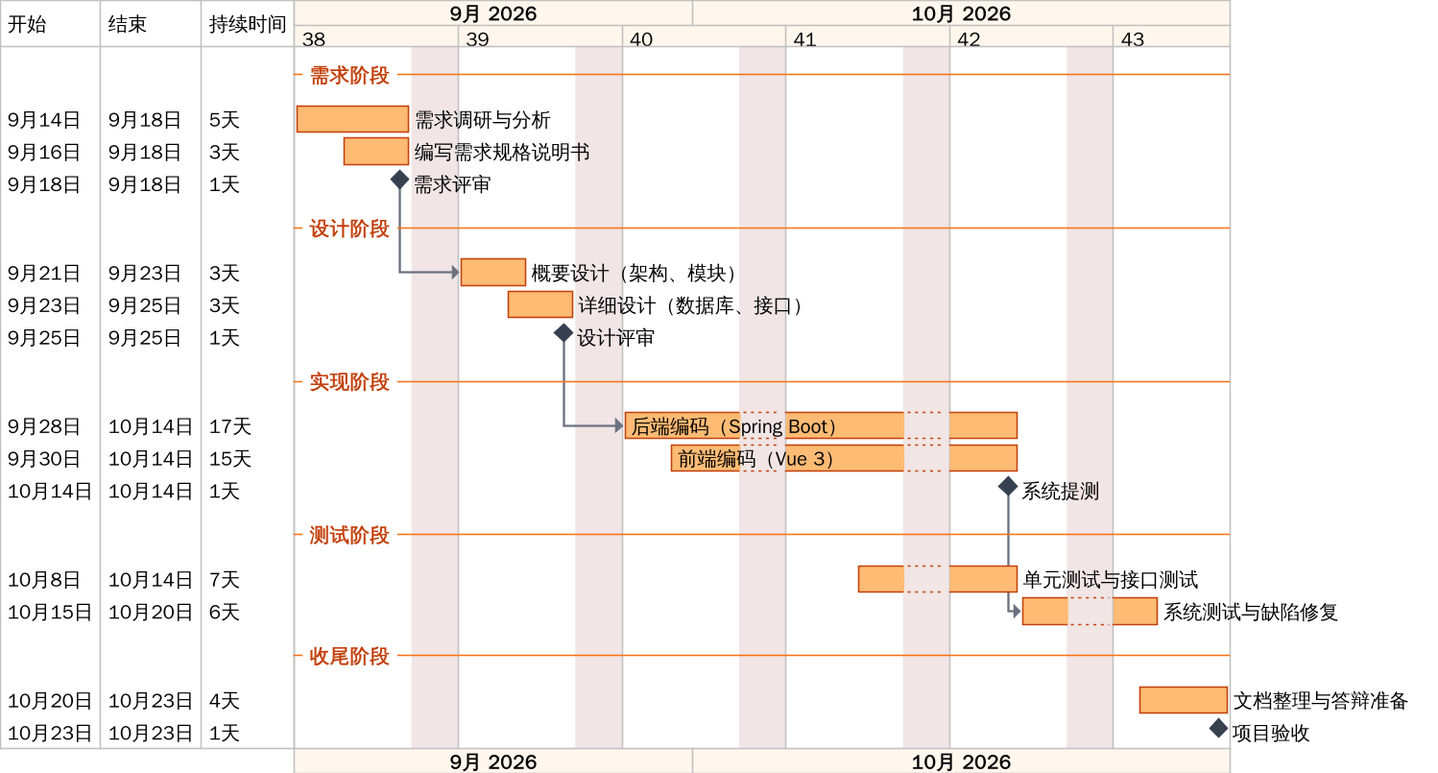
Above: docs/diagrams/gantt.png in lifan-777/chat666 (PlantUML), before the change.
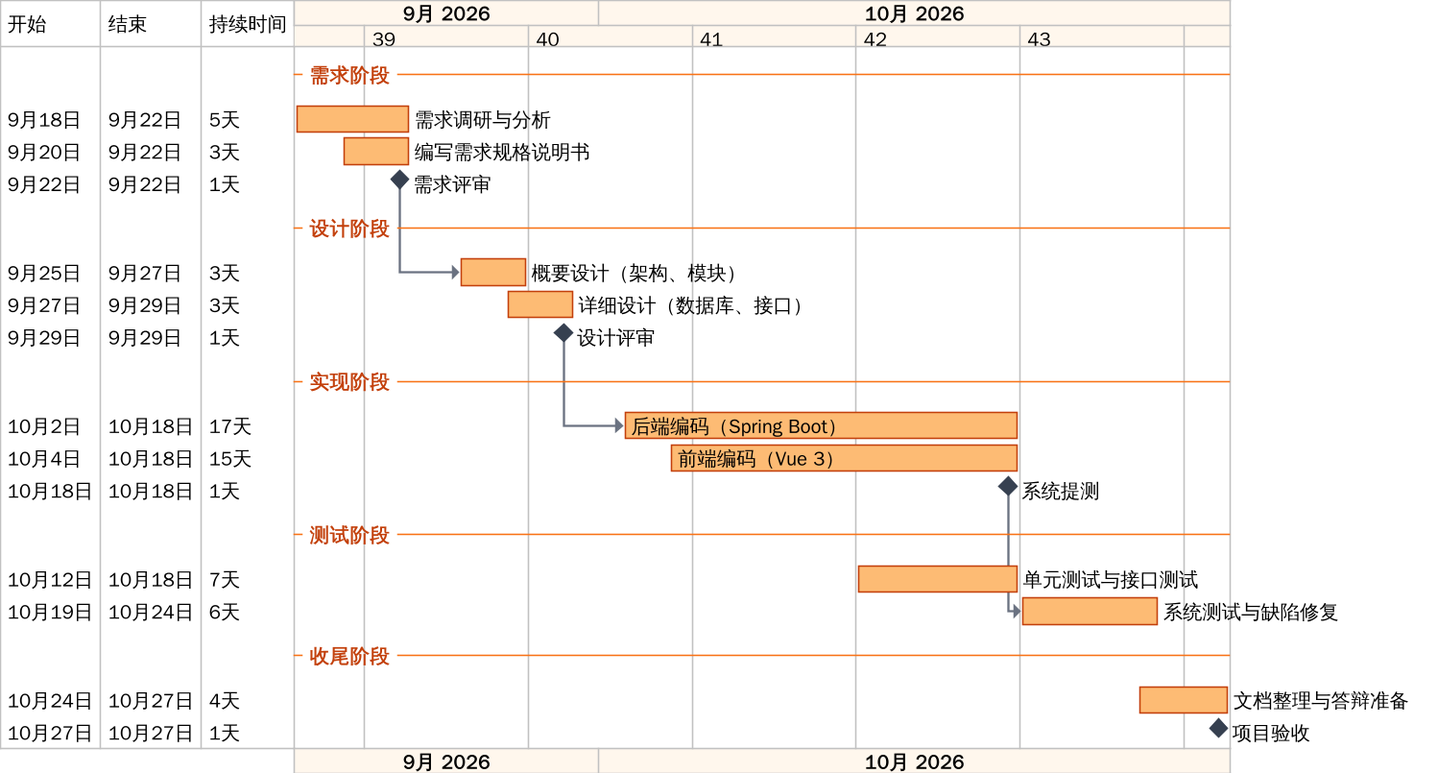
The same file after the commit.

The edit, as a diff of the source:
```diff
@@ -34,32 +34,30 @@
 </style>
 language zh
 printscale weekly zoom 3
-Project starts 2026-09-14
-saturday are closed
-sunday are closed
+Project starts 2026-09-18
 
 -- 需求阶段 --
-[需求调研与分析] starts 2026-09-14 and ends 2026-09-18
-[编写需求规格说明书] starts 2026-09-16 and ends 2026-09-18
-[需求评审] happens 2026-09-18
+[需求调研与分析] starts 2026-09-18 and ends 2026-09-22
+[编写需求规格说明书] starts 2026-09-20 and ends 2026-09-22
+[需求评审] happens 2026-09-22
 
 -- 设计阶段 --
-[概要设计（架构、模块）] starts 2026-09-21 and ends 2026-09-23
-[详细设计（数据库、接口）] starts 2026-09-23 and ends 2026-09-25
-[设计评审] happens 2026-09-25
+[概要设计（架构、模块）] starts 2026-09-25 and ends 2026-09-27
+[详细设计（数据库、接口）] starts 2026-09-27 and ends 2026-09-29
+[设计评审] happens 2026-09-29
 
 -- 实现阶段 --
-[后端编码（Spring Boot）] starts 2026-09-28 and ends 2026-10-14
-[前端编码（Vue 3）] starts 2026-09-30 and ends 2026-10-14
-[系统提测] happens 2026-10-14
+[后端编码（Spring Boot）] starts 2026-10-02 and ends 2026-10-18
+[前端编码（Vue 3）] starts 2026-10-04 and ends 2026-10-18
+[系统提测] happens 2026-10-18
 
 -- 测试阶段 --
-[单元测试与接口测试] starts 2026-10-08 and ends 2026-10-14
-[系统测试与缺陷修复] starts 2026-10-15 and ends 2026-10-20
+[单元测试与接口测试] starts 2026-10-12 and ends 2026-10-18
+[系统测试与缺陷修复] starts 2026-10-19 and ends 2026-10-24
 
 -- 收尾阶段 --
-[文档整理与答辩准备] starts 2026-10-20 and ends 2026-10-23
-[项目验收] happens 2026-10-23
+[文档整理与答辩准备] starts 2026-10-24 and ends 2026-10-27
+[项目验收] happens 2026-10-27
 
 [需求评审] -> [概要设计（架构、模块）]
 [设计评审] -> [后端编码（Spring Boot）]
```
